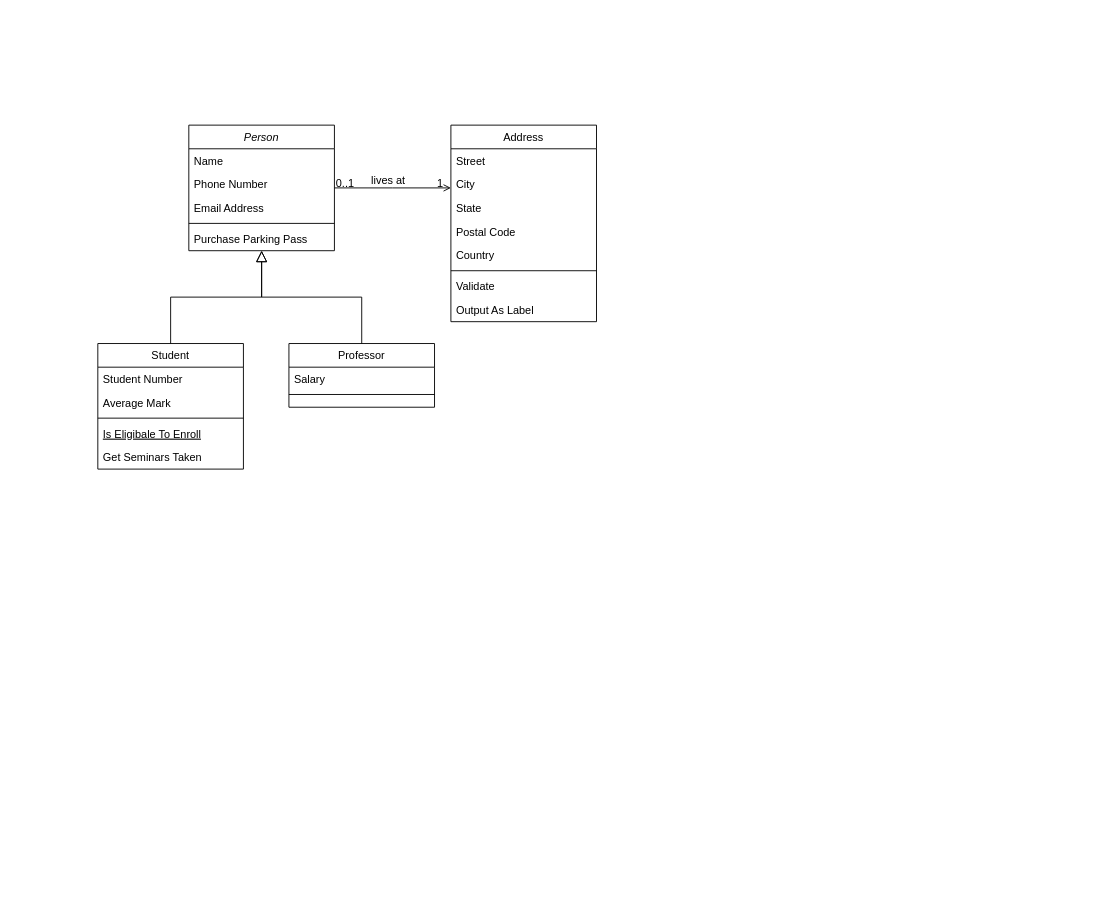
This is Untitled Diagram.drawio from HUST-NJR/test, a draw.io file, before an edit. Source tidied: cells renumbered, new cells numbered last; positions are measured from the earlier drawing's top-left corner, leaving out a move shared by most shapes. Both pictures are drawn from the tidied source at 91%, with x=0, y=0 at pixel (97, 125).
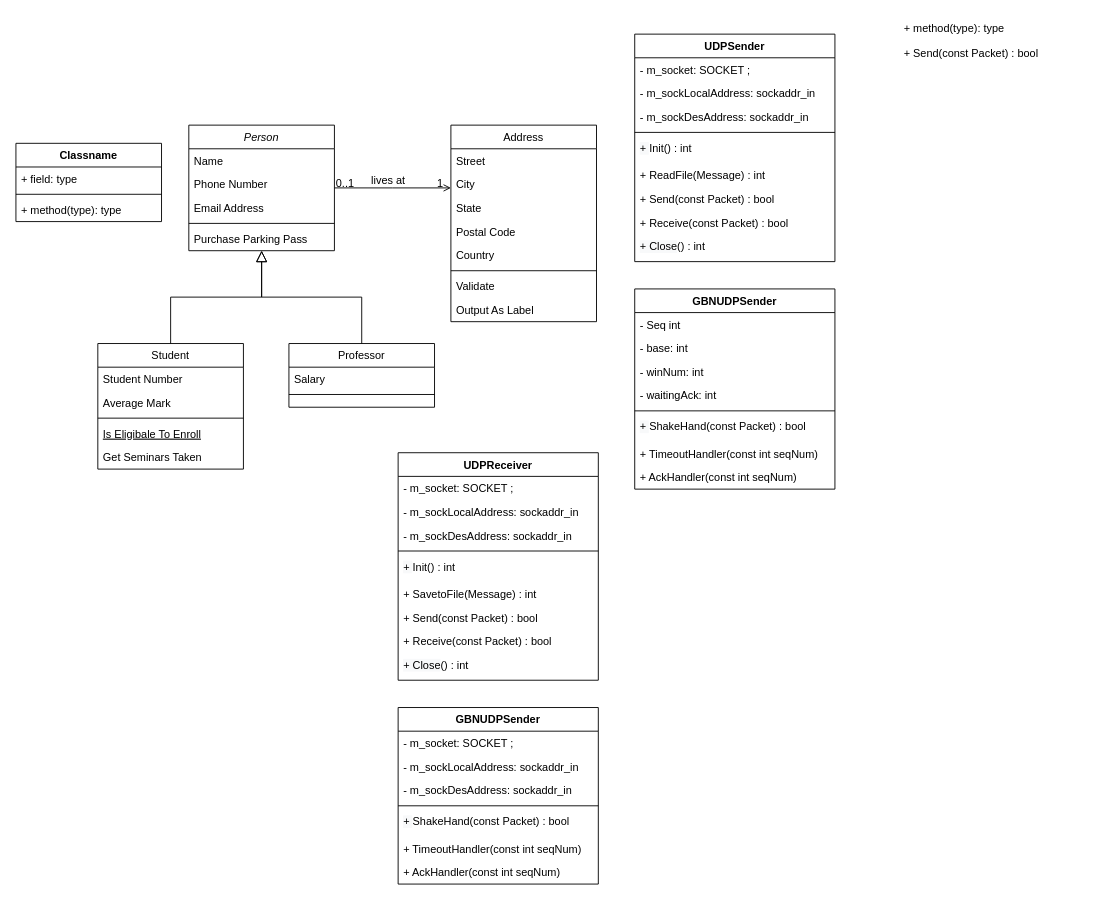
The same diagram, later.

Change to the diagram source:
```diff
@@
+    <mxCell id="32" value="Classname" style="swimlane;fontStyle=1;align=center;verticalAlign=top;horizontal=1;startSize=26;" parent="1" vertex="1">
+      <mxGeometry x="-90" y="20" width="160" height="86" as="geometry" />
+    </mxCell>
+    <mxCell id="33" value="+ field: type" style="text;strokeColor=none;fillColor=none;align=left;verticalAlign=top;spacingLeft=4;spacingRight=4;overflow=hidden;" parent="32" vertex="1">
+      <mxGeometry y="26" width="160" height="26" as="geometry" />
+    </mxCell>
+    <mxCell id="34" style="line;strokeWidth=1;fillColor=none;align=left;verticalAlign=middle;spacingTop=-1;spacingLeft=3;spacingRight=3;labelPosition=right;" parent="32" vertex="1">
+      <mxGeometry y="52" width="160" height="8" as="geometry" />
+    </mxCell>
+    <mxCell id="35" value="+ method(type): type" style="text;strokeColor=none;fillColor=none;align=left;verticalAlign=top;spacingLeft=4;spacingRight=4;overflow=hidden;" parent="32" vertex="1">
+      <mxGeometry y="60" width="160" height="26" as="geometry" />
+    </mxCell>
+    <mxCell id="36" value="UDPSender" style="swimlane;fontStyle=1;align=center;verticalAlign=top;horizontal=1;startSize=26;" parent="1" vertex="1">
+      <mxGeometry x="590" y="-100" width="220" height="250" as="geometry" />
+    </mxCell>
+    <mxCell id="37" value="- m_socket: SOCKET ;" style="text;strokeColor=none;fillColor=none;align=left;verticalAlign=top;spacingLeft=4;spacingRight=4;overflow=hidden;" parent="36" vertex="1">
+      <mxGeometry y="26" width="220" height="26" as="geometry" />
+    </mxCell>
+    <mxCell id="38" value="- m_sockLocalAddress: sockaddr_in" style="text;strokeColor=none;fillColor=none;align=left;verticalAlign=top;spacingLeft=4;spacingRight=4;overflow=hidden;" parent="36" vertex="1">
+      <mxGeometry y="52" width="220" height="26" as="geometry" />
+    </mxCell>
+    <mxCell id="39" value="- m_sockDesAddress: sockaddr_in" style="text;strokeColor=none;fillColor=none;align=left;verticalAlign=top;spacingLeft=4;spacingRight=4;overflow=hidden;" parent="36" vertex="1">
+      <mxGeometry y="78" width="220" height="26" as="geometry" />
+    </mxCell>
+    <mxCell id="40" style="line;strokeWidth=1;fillColor=none;align=left;verticalAlign=middle;spacingTop=-1;spacingLeft=3;spacingRight=3;labelPosition=right;" parent="36" vertex="1">
+      <mxGeometry y="104" width="220" height="8" as="geometry" />
+    </mxCell>
+    <mxCell id="41" value="&lt;span style=&quot;color: rgb(0 , 0 , 0) ; font-family: &amp;#34;helvetica&amp;#34; ; font-size: 12px ; font-style: normal ; font-weight: 400 ; letter-spacing: normal ; text-indent: 0px ; text-transform: none ; word-spacing: 0px ; background-color: rgb(248 , 249 , 250) ; display: inline ; float: none&quot;&gt;+ &lt;/span&gt;Init() : int" style="text;whiteSpace=wrap;html=1;rounded=0;shadow=0;align=left;spacingRight=4;spacingLeft=4;" parent="36" vertex="1">
+      <mxGeometry y="112" width="220" height="30" as="geometry" />
+    </mxCell>
+    <mxCell id="42" value="+ ReadFile(Message) : int" style="text;strokeColor=none;fillColor=none;align=left;verticalAlign=top;spacingLeft=4;spacingRight=4;overflow=hidden;" parent="36" vertex="1">
+      <mxGeometry y="142" width="220" height="26" as="geometry" />
+    </mxCell>
+    <mxCell id="43" value="+ Send(const Packet) : bool" style="text;strokeColor=none;fillColor=none;align=left;verticalAlign=top;spacingLeft=4;spacingRight=4;overflow=hidden;" parent="36" vertex="1">
+      <mxGeometry y="168" width="220" height="26" as="geometry" />
+    </mxCell>
+    <mxCell id="44" value="+ Receive(const Packet) : bool" style="text;strokeColor=none;fillColor=none;align=left;verticalAlign=top;spacingLeft=4;spacingRight=4;overflow=hidden;" parent="36" vertex="1">
+      <mxGeometry y="194" width="220" height="26" as="geometry" />
+    </mxCell>
+    <mxCell id="45" value="&lt;span style=&quot;color: rgb(0 , 0 , 0) ; font-family: &amp;#34;helvetica&amp;#34; ; font-size: 12px ; font-style: normal ; font-weight: 400 ; letter-spacing: normal ; text-indent: 0px ; text-transform: none ; word-spacing: 0px ; background-color: rgb(248 , 249 , 250) ; display: inline ; float: none&quot;&gt;+ Close&lt;/span&gt;() : int" style="text;whiteSpace=wrap;html=1;rounded=0;shadow=0;align=left;spacingRight=4;spacingLeft=4;" parent="36" vertex="1">
+      <mxGeometry y="220" width="220" height="30" as="geometry" />
+    </mxCell>
+    <mxCell id="46" value="+ method(type): type" style="text;strokeColor=none;fillColor=none;align=left;verticalAlign=top;spacingLeft=4;spacingRight=4;overflow=hidden;" parent="1" vertex="1">
+      <mxGeometry x="880" y="-120" width="160" height="26" as="geometry" />
+    </mxCell>
+    <mxCell id="47" value="+ Send(const Packet) : bool" style="text;strokeColor=none;fillColor=none;align=left;verticalAlign=top;spacingLeft=4;spacingRight=4;overflow=hidden;" parent="1" vertex="1">
+      <mxGeometry x="880" y="-92" width="220" height="26" as="geometry" />
+    </mxCell>
+    <mxCell id="48" value="GBNUDPSender" style="swimlane;fontStyle=1;align=center;verticalAlign=top;horizontal=1;startSize=26;" parent="1" vertex="1">
+      <mxGeometry x="590" y="180" width="220" height="220" as="geometry" />
+    </mxCell>
+    <mxCell id="49" value="- Seq int " style="text;strokeColor=none;fillColor=none;align=left;verticalAlign=top;spacingLeft=4;spacingRight=4;overflow=hidden;" parent="48" vertex="1">
+      <mxGeometry y="26" width="220" height="26" as="geometry" />
+    </mxCell>
+    <mxCell id="50" value="- base: int" style="text;strokeColor=none;fillColor=none;align=left;verticalAlign=top;spacingLeft=4;spacingRight=4;overflow=hidden;" parent="48" vertex="1">
+      <mxGeometry y="52" width="220" height="26" as="geometry" />
+    </mxCell>
+    <mxCell id="51" value="- winNum: int" style="text;strokeColor=none;fillColor=none;align=left;verticalAlign=top;spacingLeft=4;spacingRight=4;overflow=hidden;" parent="48" vertex="1">
+      <mxGeometry y="78" width="220" height="26" as="geometry" />
+    </mxCell>
+    <mxCell id="52" value="- waitingAck: int" style="text;strokeColor=none;fillColor=none;align=left;verticalAlign=top;spacingLeft=4;spacingRight=4;overflow=hidden;" parent="48" vertex="1">
+      <mxGeometry y="104" width="220" height="26" as="geometry" />
+    </mxCell>
+    <mxCell id="53" style="line;strokeWidth=1;fillColor=none;align=left;verticalAlign=middle;spacingTop=-1;spacingLeft=3;spacingRight=3;labelPosition=right;" parent="48" vertex="1">
+      <mxGeometry y="130" width="220" height="8" as="geometry" />
+    </mxCell>
+    <mxCell id="54" value="&lt;span style=&quot;color: rgb(0 , 0 , 0) ; font-family: &amp;#34;helvetica&amp;#34; ; font-size: 12px ; font-style: normal ; font-weight: 400 ; letter-spacing: normal ; text-indent: 0px ; text-transform: none ; word-spacing: 0px ; background-color: rgb(248 , 249 , 250) ; display: inline ; float: none&quot;&gt;+ &lt;/span&gt;ShakeHand(const Packet) : bool" style="text;whiteSpace=wrap;html=1;rounded=0;shadow=0;align=left;spacingRight=4;spacingLeft=4;" parent="48" vertex="1">
+      <mxGeometry y="138" width="220" height="30" as="geometry" />
+    </mxCell>
+    <mxCell id="55" value="+ TimeoutHandler(const int seqNum) " style="text;strokeColor=none;fillColor=none;align=left;verticalAlign=top;spacingLeft=4;spacingRight=4;overflow=hidden;" parent="48" vertex="1">
+      <mxGeometry y="168" width="220" height="26" as="geometry" />
+    </mxCell>
+    <mxCell id="56" value="+ AckHandler(const int seqNum) " style="text;strokeColor=none;fillColor=none;align=left;verticalAlign=top;spacingLeft=4;spacingRight=4;overflow=hidden;" parent="48" vertex="1">
+      <mxGeometry y="194" width="220" height="26" as="geometry" />
+    </mxCell>
+    <mxCell id="57" value="UDPReceiver" style="swimlane;fontStyle=1;align=center;verticalAlign=top;horizontal=1;startSize=26;" parent="1" vertex="1">
+      <mxGeometry x="330" y="360" width="220" height="250" as="geometry" />
+    </mxCell>
+    <mxCell id="58" value="- m_socket: SOCKET ;" style="text;strokeColor=none;fillColor=none;align=left;verticalAlign=top;spacingLeft=4;spacingRight=4;overflow=hidden;" parent="57" vertex="1">
+      <mxGeometry y="26" width="220" height="26" as="geometry" />
+    </mxCell>
+    <mxCell id="59" value="- m_sockLocalAddress: sockaddr_in" style="text;strokeColor=none;fillColor=none;align=left;verticalAlign=top;spacingLeft=4;spacingRight=4;overflow=hidden;" parent="57" vertex="1">
+      <mxGeometry y="52" width="220" height="26" as="geometry" />
+    </mxCell>
+    <mxCell id="60" value="- m_sockDesAddress: sockaddr_in" style="text;strokeColor=none;fillColor=none;align=left;verticalAlign=top;spacingLeft=4;spacingRight=4;overflow=hidden;" parent="57" vertex="1">
+      <mxGeometry y="78" width="220" height="26" as="geometry" />
+    </mxCell>
+    <mxCell id="61" style="line;strokeWidth=1;fillColor=none;align=left;verticalAlign=middle;spacingTop=-1;spacingLeft=3;spacingRight=3;labelPosition=right;" parent="57" vertex="1">
+      <mxGeometry y="104" width="220" height="8" as="geometry" />
+    </mxCell>
+    <mxCell id="62" value="&lt;span style=&quot;color: rgb(0 , 0 , 0) ; font-family: &amp;#34;helvetica&amp;#34; ; font-size: 12px ; font-style: normal ; font-weight: 400 ; letter-spacing: normal ; text-indent: 0px ; text-transform: none ; word-spacing: 0px ; background-color: rgb(248 , 249 , 250) ; display: inline ; float: none&quot;&gt;+ &lt;/span&gt;Init() : int" style="text;whiteSpace=wrap;html=1;rounded=0;shadow=0;align=left;spacingRight=4;spacingLeft=4;" parent="57" vertex="1">
+      <mxGeometry y="112" width="220" height="30" as="geometry" />
+    </mxCell>
+    <mxCell id="63" value="+ SavetoFile(Message) : int" style="text;strokeColor=none;fillColor=none;align=left;verticalAlign=top;spacingLeft=4;spacingRight=4;overflow=hidden;" parent="57" vertex="1">
+      <mxGeometry y="142" width="220" height="26" as="geometry" />
+    </mxCell>
+    <mxCell id="64" value="+ Send(const Packet) : bool" style="text;strokeColor=none;fillColor=none;align=left;verticalAlign=top;spacingLeft=4;spacingRight=4;overflow=hidden;" parent="57" vertex="1">
+      <mxGeometry y="168" width="220" height="26" as="geometry" />
+    </mxCell>
+    <mxCell id="65" value="+ Receive(const Packet) : bool" style="text;strokeColor=none;fillColor=none;align=left;verticalAlign=top;spacingLeft=4;spacingRight=4;overflow=hidden;" parent="57" vertex="1">
+      <mxGeometry y="194" width="220" height="26" as="geometry" />
+    </mxCell>
+    <mxCell id="66" value="&lt;span style=&quot;color: rgb(0 , 0 , 0) ; font-family: &amp;#34;helvetica&amp;#34; ; font-size: 12px ; font-style: normal ; font-weight: 400 ; letter-spacing: normal ; text-indent: 0px ; text-transform: none ; word-spacing: 0px ; background-color: rgb(248 , 249 , 250) ; display: inline ; float: none&quot;&gt;+ Close&lt;/span&gt;() : int" style="text;whiteSpace=wrap;html=1;rounded=0;shadow=0;align=left;spacingRight=4;spacingLeft=4;" parent="57" vertex="1">
+      <mxGeometry y="220" width="220" height="30" as="geometry" />
+    </mxCell>
+    <mxCell id="67" value="GBNUDPSender" style="swimlane;fontStyle=1;align=center;verticalAlign=top;horizontal=1;startSize=26;" parent="1" vertex="1">
+      <mxGeometry x="330" y="640" width="220" height="194" as="geometry" />
+    </mxCell>
+    <mxCell id="68" value="- m_socket: SOCKET ;" style="text;strokeColor=none;fillColor=none;align=left;verticalAlign=top;spacingLeft=4;spacingRight=4;overflow=hidden;" parent="67" vertex="1">
+      <mxGeometry y="26" width="220" height="26" as="geometry" />
+    </mxCell>
+    <mxCell id="69" value="- m_sockLocalAddress: sockaddr_in" style="text;strokeColor=none;fillColor=none;align=left;verticalAlign=top;spacingLeft=4;spacingRight=4;overflow=hidden;" parent="67" vertex="1">
+      <mxGeometry y="52" width="220" height="26" as="geometry" />
+    </mxCell>
+    <mxCell id="70" value="- m_sockDesAddress: sockaddr_in" style="text;strokeColor=none;fillColor=none;align=left;verticalAlign=top;spacingLeft=4;spacingRight=4;overflow=hidden;" parent="67" vertex="1">
+      <mxGeometry y="78" width="220" height="26" as="geometry" />
+    </mxCell>
+    <mxCell id="71" style="line;strokeWidth=1;fillColor=none;align=left;verticalAlign=middle;spacingTop=-1;spacingLeft=3;spacingRight=3;labelPosition=right;" parent="67" vertex="1">
+      <mxGeometry y="104" width="220" height="8" as="geometry" />
+    </mxCell>
+    <mxCell id="72" value="&lt;span style=&quot;color: rgb(0 , 0 , 0) ; font-family: &amp;#34;helvetica&amp;#34; ; font-size: 12px ; font-style: normal ; font-weight: 400 ; letter-spacing: normal ; text-indent: 0px ; text-transform: none ; word-spacing: 0px ; background-color: rgb(248 , 249 , 250) ; display: inline ; float: none&quot;&gt;+ &lt;/span&gt;ShakeHand(const Packet) : bool" style="text;whiteSpace=wrap;html=1;rounded=0;shadow=0;align=left;spacingRight=4;spacingLeft=4;" parent="67" vertex="1">
+      <mxGeometry y="112" width="220" height="30" as="geometry" />
+    </mxCell>
+    <mxCell id="73" value="+ TimeoutHandler(const int seqNum) " style="text;strokeColor=none;fillColor=none;align=left;verticalAlign=top;spacingLeft=4;spacingRight=4;overflow=hidden;" parent="67" vertex="1">
+      <mxGeometry y="142" width="220" height="26" as="geometry" />
+    </mxCell>
+    <mxCell id="74" value="+ AckHandler(const int seqNum) " style="text;strokeColor=none;fillColor=none;align=left;verticalAlign=top;spacingLeft=4;spacingRight=4;overflow=hidden;" parent="67" vertex="1">
+      <mxGeometry y="168" width="220" height="26" as="geometry" />
+    </mxCell>
```
